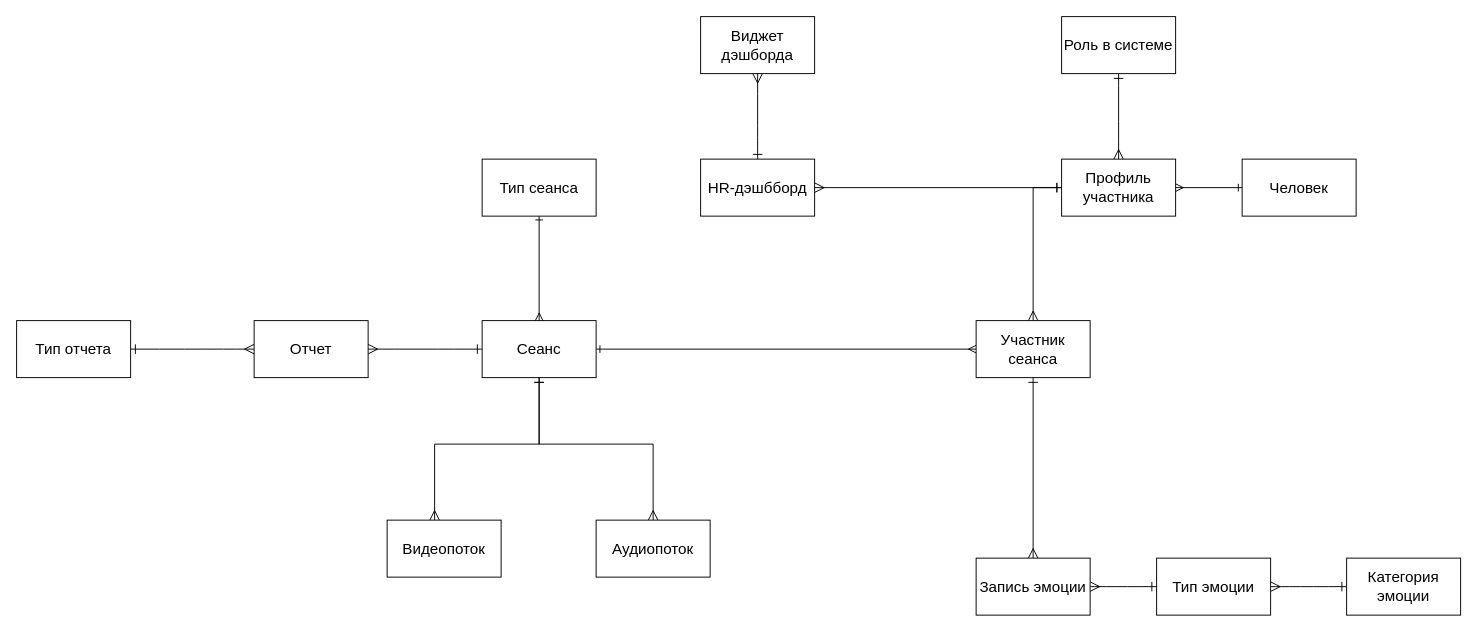
This is вкр/лабы/log/log.drawio from Hetsunya/diplom, a draw.io file, before an edit. Source tidied: cells renumbered, new cells numbered last; positions are measured from the earlier drawing's top-left corner, leaving out a move shared by most shapes. Both pictures are drawn from the tidied source at 95%, with x=0, y=0 at pixel (16, 16).
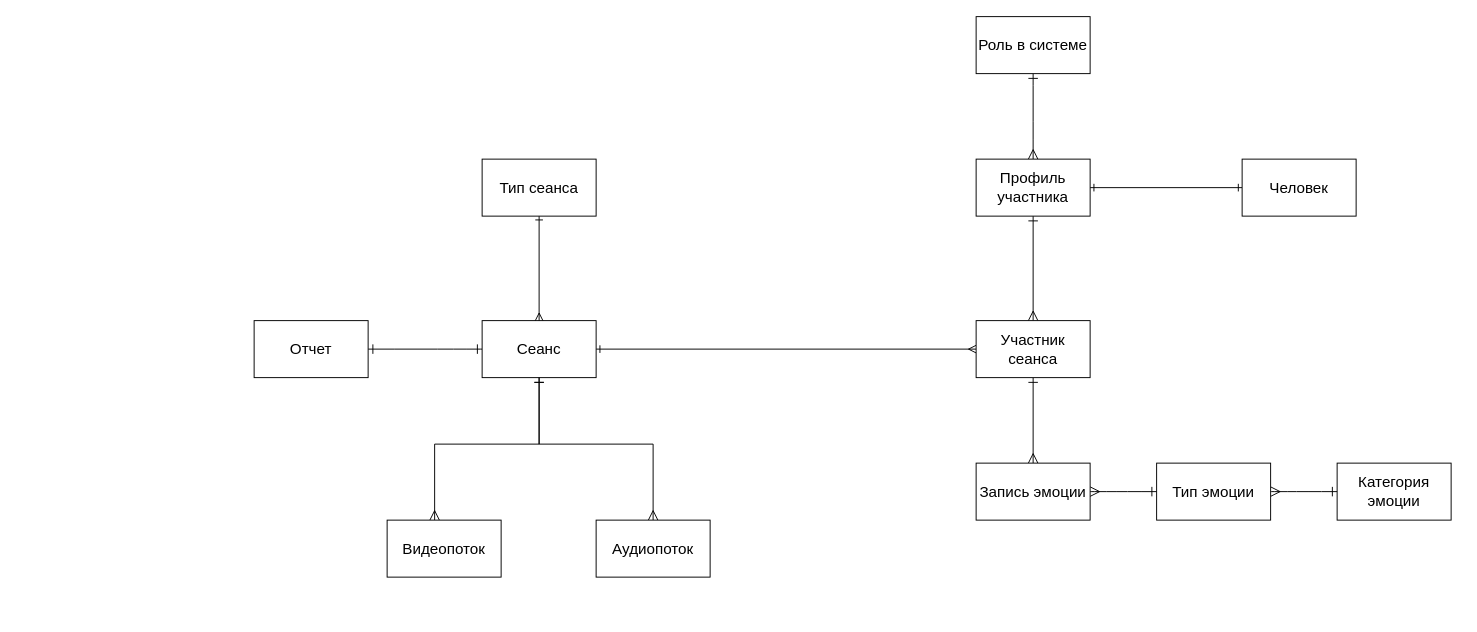
Above is the later version.

Unchanged cells that the change refers to:
```xml
<mxCell id="3" value="Человек" style="rounded=0;whiteSpace=wrap;html=1;fontSize=16;" parent="1" vertex="1">
  <mxGeometry x="1290" y="150" width="120" height="60" as="geometry" />
</mxCell>
<mxCell id="9" value="Сеанс" style="rounded=0;whiteSpace=wrap;html=1;fontSize=16;" parent="1" vertex="1">
  <mxGeometry x="490" y="320" width="120" height="60" as="geometry" />
</mxCell>
<mxCell id="13" value="Участник сеанса" style="rounded=0;whiteSpace=wrap;html=1;fontSize=16;" parent="1" vertex="1">
  <mxGeometry x="1010" y="320" width="120" height="60" as="geometry" />
</mxCell>
<mxCell id="26" value="Отчет" style="rounded=0;whiteSpace=wrap;html=1;fontSize=16;" parent="1" vertex="1">
  <mxGeometry x="250" y="320" width="120" height="60" as="geometry" />
</mxCell>
```

Change to the diagram source:
```diff
@@
-    <mxCell id="2" style="edgeStyle=orthogonalEdgeStyle;rounded=0;jettySize=auto;html=1;entryX=1;entryY=0.5;entryDx=0;entryDy=0;endArrow=ERmany;endFill=0;startArrow=ERone;startFill=0;" parent="1" edge="1" source="3" target="6">
+    <mxCell id="2" style="edgeStyle=orthogonalEdgeStyle;rounded=0;jettySize=auto;html=1;entryX=1;entryY=0.5;entryDx=0;entryDy=0;endArrow=ERone;endFill=0;startArrow=ERone;startFill=0;" parent="1" edge="1" source="3" target="6">
       <mxGeometry relative="1" as="geometry" />
     </mxCell>
@@
-    <mxCell id="4" style="edgeStyle=orthogonalEdgeStyle;rounded=0;jettySize=auto;html=1;entryX=0.5;entryY=0;entryDx=0;entryDy=0;fontSize=12;startSize=8;endSize=8;exitX=0;exitY=0.5;exitDx=0;exitDy=0;startArrow=ERone;startFill=0;endArrow=ERmany;endFill=0;" parent="1" edge="1" source="6" target="13">
+    <mxCell id="4" style="edgeStyle=orthogonalEdgeStyle;rounded=0;jettySize=auto;html=1;entryX=0.5;entryY=0;entryDx=0;entryDy=0;fontSize=12;startSize=8;endSize=8;exitX=0.5;exitY=1;exitDx=0;exitDy=0;startArrow=ERone;startFill=0;endArrow=ERmany;endFill=0;" parent="1" edge="1" source="6" target="13">
       <mxGeometry relative="1" as="geometry" />
     </mxCell>
@@
     <mxCell id="6" value="Профиль участника" style="rounded=0;whiteSpace=wrap;html=1;fontSize=16;" parent="1" vertex="1">
-      <mxGeometry x="1100" y="150" width="120" height="60" as="geometry" />
+      <mxGeometry x="1010" y="150" width="120" height="60" as="geometry" />
     </mxCell>
@@
-    <mxCell id="8" style="edgeStyle=none;curved=1;rounded=0;jettySize=auto;html=1;entryX=1;entryY=0.5;entryDx=0;entryDy=0;fontSize=12;startSize=8;endSize=8;startArrow=ERone;startFill=0;endArrow=ERmany;endFill=0;" parent="1" edge="1" source="9" target="26">
+    <mxCell id="8" style="edgeStyle=none;curved=1;rounded=0;jettySize=auto;html=1;entryX=1;entryY=0.5;entryDx=0;entryDy=0;fontSize=12;startSize=8;endSize=8;startArrow=ERone;startFill=0;endArrow=ERone;endFill=0;" parent="1" edge="1" source="9" target="26">
       <mxGeometry relative="1" as="geometry" />
     </mxCell>
@@
     <mxCell id="18" value="Категория эмоции" style="rounded=0;whiteSpace=wrap;html=1;fontSize=16;" parent="1" vertex="1">
-      <mxGeometry x="1400" y="570" width="120" height="60" as="geometry" />
+      <mxGeometry x="1390" y="470" width="120" height="60" as="geometry" />
     </mxCell>
-    <mxCell id="19" value="Виджет дэшборда" style="rounded=0;whiteSpace=wrap;html=1;fontSize=16;" parent="1" vertex="1">
-      <mxGeometry x="720" width="120" height="60" as="geometry" />
-    </mxCell>
@@
     <mxCell id="21" value="Тип эмоции" style="rounded=0;whiteSpace=wrap;html=1;fontSize=16;" parent="1" vertex="1">
-      <mxGeometry x="1200" y="570" width="120" height="60" as="geometry" />
+      <mxGeometry x="1200" y="470" width="120" height="60" as="geometry" />
     </mxCell>
@@
     <mxCell id="23" value="Запись эмоции" style="rounded=0;whiteSpace=wrap;html=1;fontSize=16;" parent="1" vertex="1">
-      <mxGeometry x="1010" y="570" width="120" height="60" as="geometry" />
+      <mxGeometry x="1010" y="470" width="120" height="60" as="geometry" />
     </mxCell>
-    <mxCell id="24" style="edgeStyle=none;curved=1;rounded=0;jettySize=auto;html=1;entryX=0.5;entryY=1;entryDx=0;entryDy=0;fontSize=12;startSize=8;endSize=8;startArrow=ERone;startFill=0;endArrow=ERmany;endFill=0;" parent="1" edge="1" source="25" target="19">
-      <mxGeometry relative="1" as="geometry" />
-    </mxCell>
-    <mxCell id="25" value="HR-дэшбборд" style="rounded=0;whiteSpace=wrap;html=1;fontSize=16;" parent="1" vertex="1">
-      <mxGeometry x="720" y="150" width="120" height="60" as="geometry" />
-    </mxCell>
@@
     <mxCell id="27" value="Роль в системе" style="rounded=0;whiteSpace=wrap;html=1;fontSize=16;" parent="1" vertex="1">
-      <mxGeometry x="1100" width="120" height="60" as="geometry" />
+      <mxGeometry x="1010" width="120" height="60" as="geometry" />
     </mxCell>
-    <mxCell id="28" style="edgeStyle=none;curved=1;rounded=0;jettySize=auto;html=1;fontSize=12;startSize=8;endSize=8;startArrow=ERmany;startFill=0;endArrow=ERone;endFill=0;exitX=0;exitY=0.5;exitDx=0;exitDy=0;entryX=1;entryY=0.5;entryDx=0;entryDy=0;" parent="1" edge="1" source="26" target="29">
-      <mxGeometry relative="1" as="geometry" />
-    </mxCell>
-    <mxCell id="29" value="Тип отчета" style="rounded=0;whiteSpace=wrap;html=1;fontSize=16;" parent="1" vertex="1">
-      <mxGeometry y="320" width="120" height="60" as="geometry" />
-    </mxCell>
-    <mxCell id="30" style="edgeStyle=orthogonalEdgeStyle;rounded=0;jettySize=auto;html=1;entryX=1;entryY=0.5;entryDx=0;entryDy=0;fontSize=12;startSize=8;endSize=8;exitX=0;exitY=0.5;exitDx=0;exitDy=0;startArrow=ERone;startFill=0;endArrow=ERmany;endFill=0;" parent="1" edge="1" source="6" target="25">
-      <mxGeometry relative="1" as="geometry" />
-    </mxCell>
```
